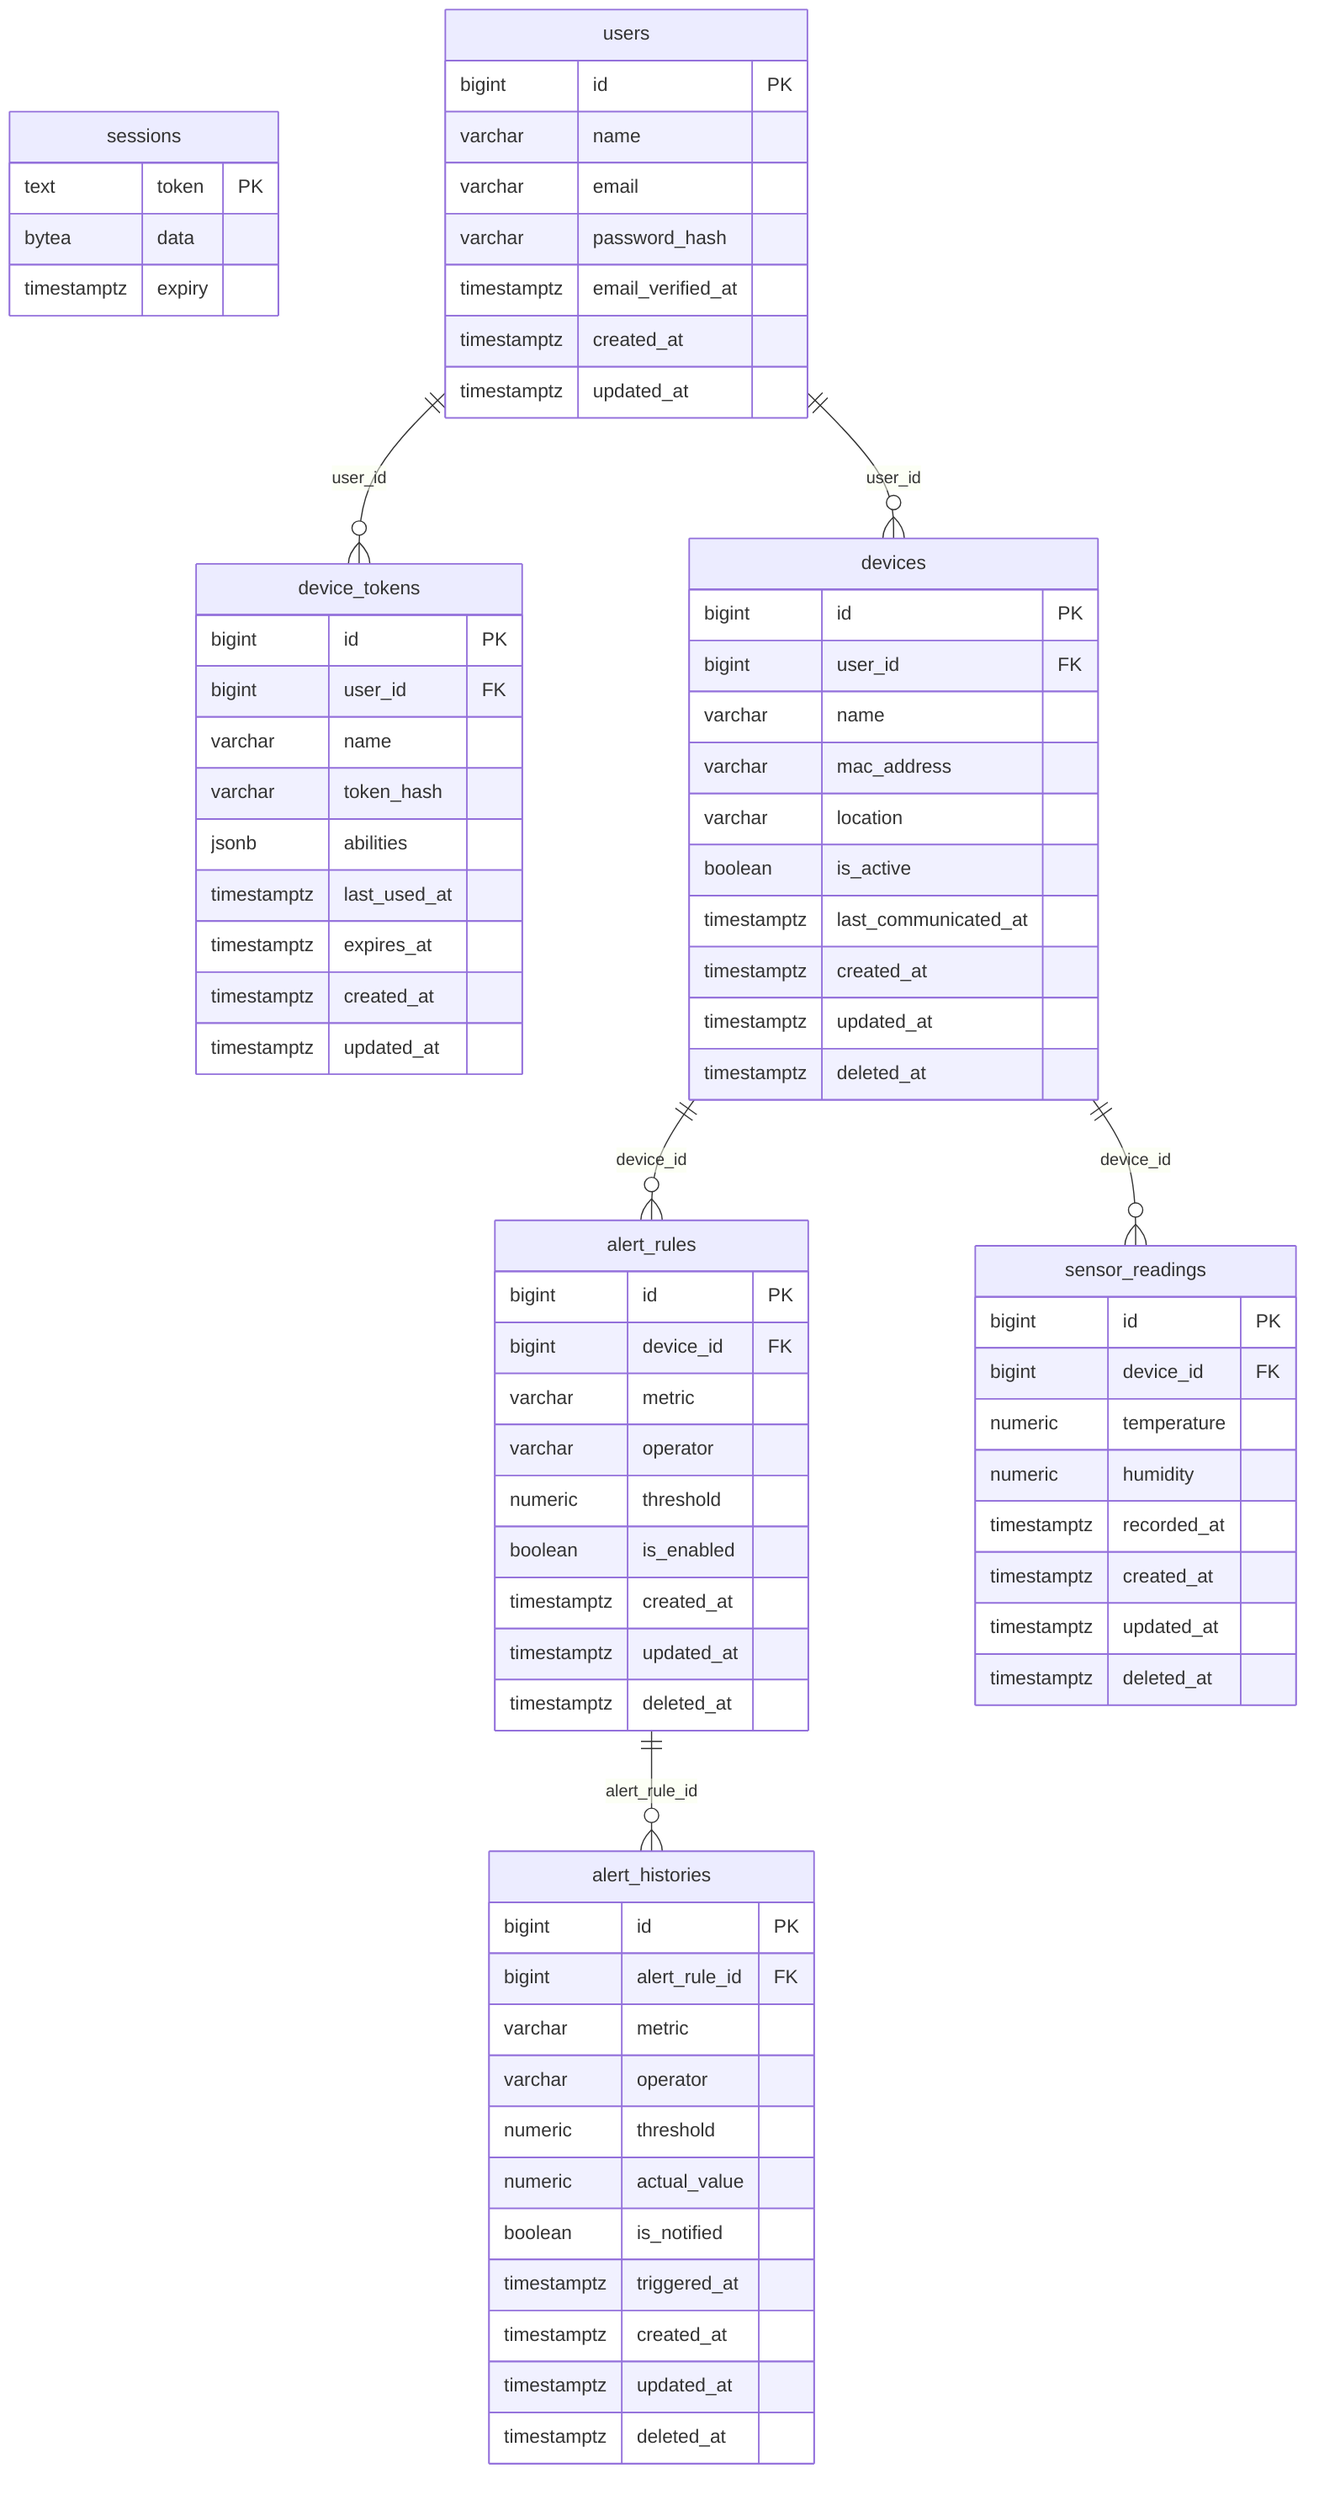
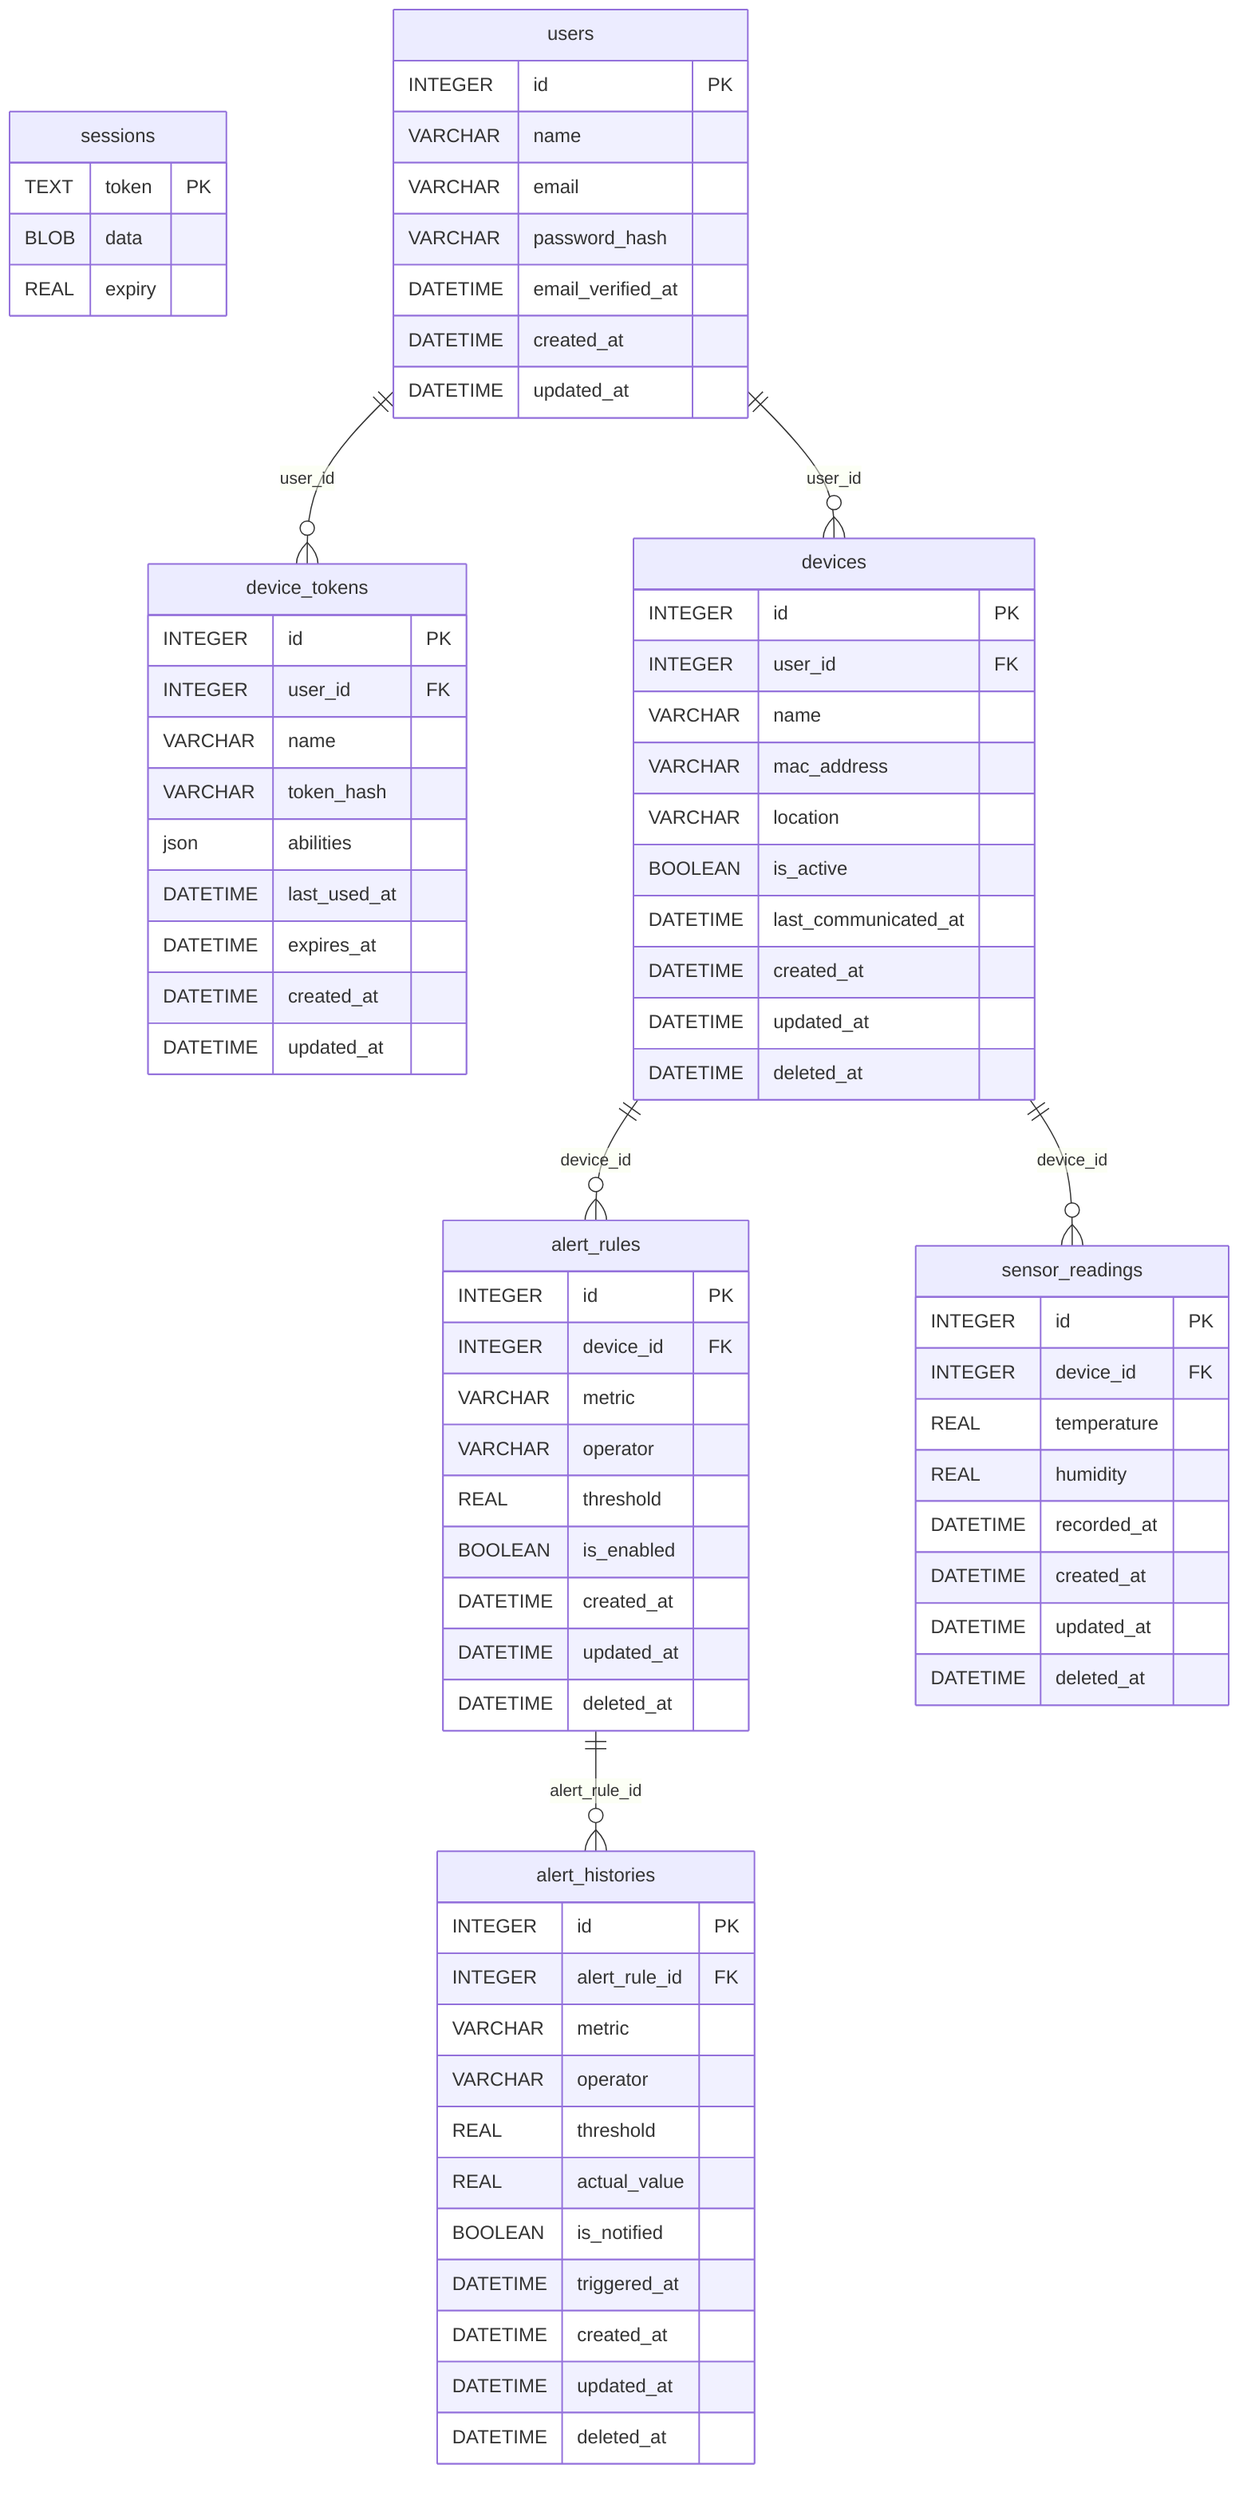
erDiagram
%% DBスナップショット — ER図 (Mermaid)。make db-snapshot で自動生成。手動編集しない。
%% 外部キー制約は張らない方針のため、関連は <table>_id 命名からの推論（論理リレーション）。
    alert_histories {
-         bigint id PK
-         bigint alert_rule_id FK
-         varchar metric
-         varchar operator
-         numeric threshold
-         numeric actual_value
-         boolean is_notified
-         timestamptz triggered_at
-         timestamptz created_at
-         timestamptz updated_at
-         timestamptz deleted_at
+         INTEGER id PK
+         INTEGER alert_rule_id FK
+         VARCHAR metric
+         VARCHAR operator
+         REAL threshold
+         REAL actual_value
+         BOOLEAN is_notified
+         DATETIME triggered_at
+         DATETIME created_at
+         DATETIME updated_at
+         DATETIME deleted_at
    }
    alert_rules {
-         bigint id PK
-         bigint device_id FK
-         varchar metric
-         varchar operator
-         numeric threshold
-         boolean is_enabled
-         timestamptz created_at
-         timestamptz updated_at
-         timestamptz deleted_at
+         INTEGER id PK
+         INTEGER device_id FK
+         VARCHAR metric
+         VARCHAR operator
+         REAL threshold
+         BOOLEAN is_enabled
+         DATETIME created_at
+         DATETIME updated_at
+         DATETIME deleted_at
    }
    device_tokens {
-         bigint id PK
-         bigint user_id FK
-         varchar name
-         varchar token_hash
-         jsonb abilities
-         timestamptz last_used_at
-         timestamptz expires_at
-         timestamptz created_at
-         timestamptz updated_at
+         INTEGER id PK
+         INTEGER user_id FK
+         VARCHAR name
+         VARCHAR token_hash
+         json abilities
+         DATETIME last_used_at
+         DATETIME expires_at
+         DATETIME created_at
+         DATETIME updated_at
    }
    devices {
-         bigint id PK
-         bigint user_id FK
-         varchar name
-         varchar mac_address
-         varchar location
-         boolean is_active
-         timestamptz last_communicated_at
-         timestamptz created_at
-         timestamptz updated_at
-         timestamptz deleted_at
+         INTEGER id PK
+         INTEGER user_id FK
+         VARCHAR name
+         VARCHAR mac_address
+         VARCHAR location
+         BOOLEAN is_active
+         DATETIME last_communicated_at
+         DATETIME created_at
+         DATETIME updated_at
+         DATETIME deleted_at
    }
    sensor_readings {
-         bigint id PK
-         bigint device_id FK
-         numeric temperature
-         numeric humidity
-         timestamptz recorded_at
-         timestamptz created_at
-         timestamptz updated_at
-         timestamptz deleted_at
+         INTEGER id PK
+         INTEGER device_id FK
+         REAL temperature
+         REAL humidity
+         DATETIME recorded_at
+         DATETIME created_at
+         DATETIME updated_at
+         DATETIME deleted_at
    }
    sessions {
-         text token PK
-         bytea data
-         timestamptz expiry
+         TEXT token PK
+         BLOB data
+         REAL expiry
    }
    users {
-         bigint id PK
-         varchar name
-         varchar email
-         varchar password_hash
-         timestamptz email_verified_at
-         timestamptz created_at
-         timestamptz updated_at
+         INTEGER id PK
+         VARCHAR name
+         VARCHAR email
+         VARCHAR password_hash
+         DATETIME email_verified_at
+         DATETIME created_at
+         DATETIME updated_at
    }
    alert_rules ||--o{ alert_histories : alert_rule_id
    devices ||--o{ alert_rules : device_id
    users ||--o{ device_tokens : user_id
    users ||--o{ devices : user_id
    devices ||--o{ sensor_readings : device_id
